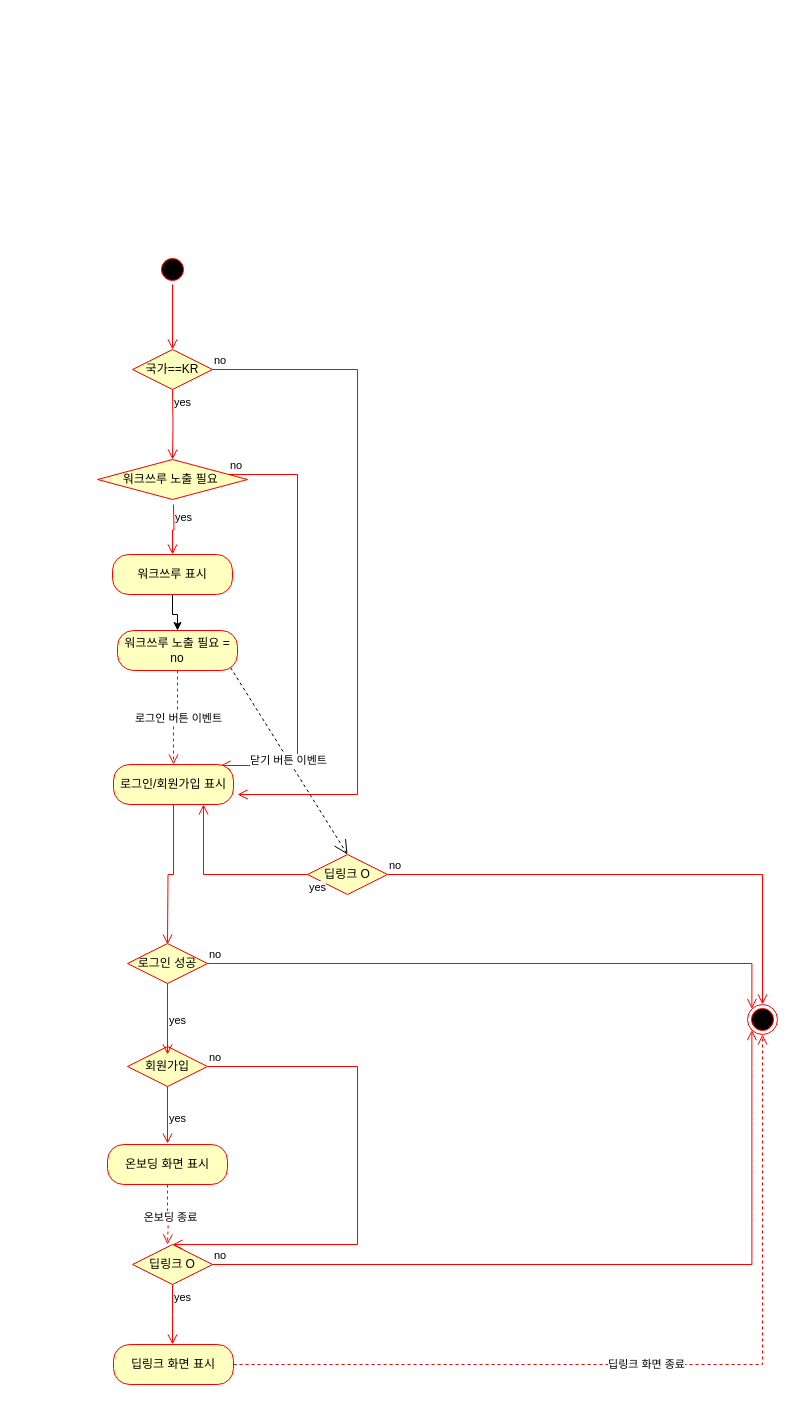
Before: page "로그인" (4 of 4) of 제목 없는 다이어그램.drawio in gookhee/diagrams, a draw.io diagram. Source tidied: cells renumbered, new cells numbered last; positions are measured from the earlier drawing's top-left corner, leaving out a move shared by most shapes. Both pictures are drawn from the tidied source at 100%, with x=0, y=0 at pixel (97, 254).
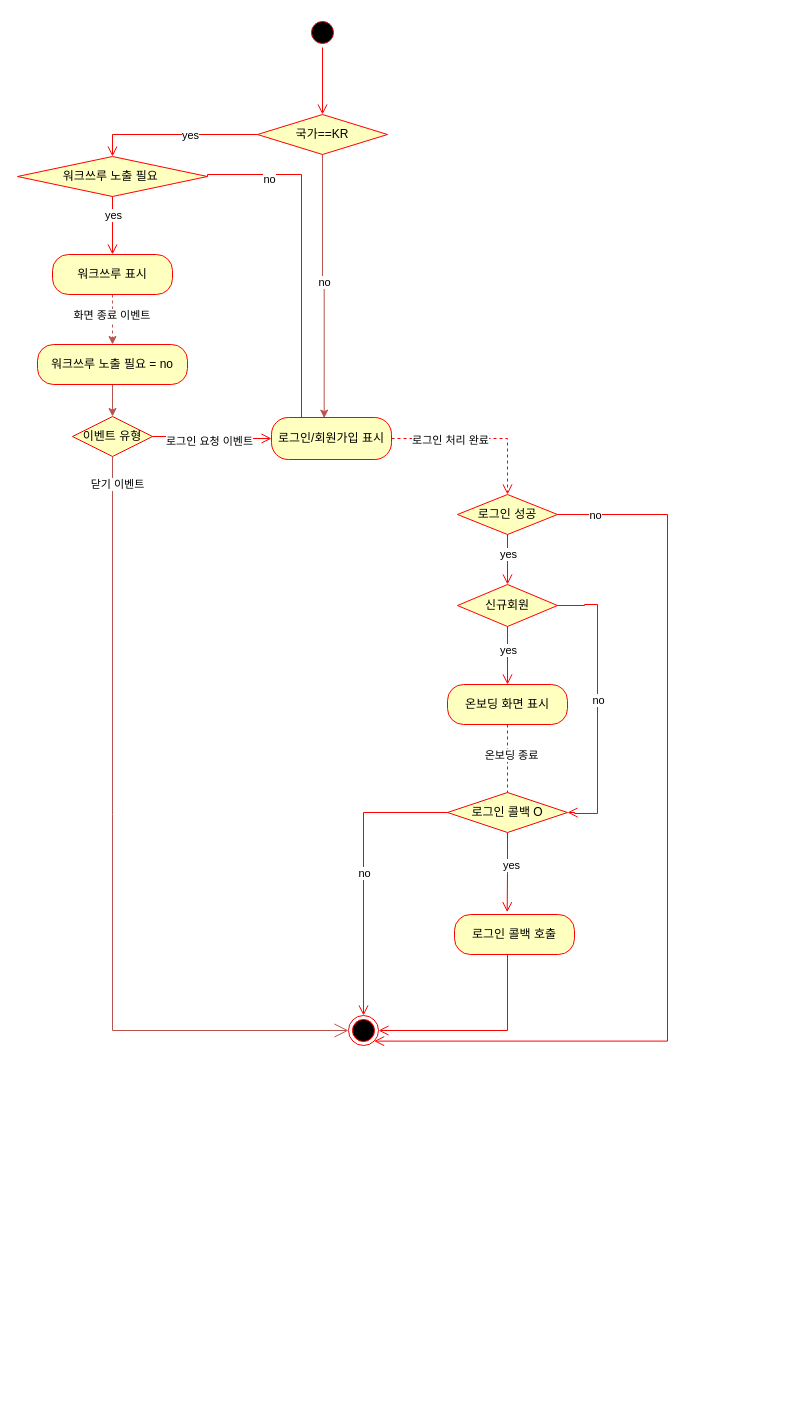
After the change.

Commit message:
제목 없는 다이어그램.drawio 업데이트

Diff of the diagram source:
```diff
@@
     <mxCell id="2" style="ellipse;html=1;shape=startState;fillColor=#000000;strokeColor=#ff0000;" parent="1" vertex="1">
-      <mxGeometry x="60" width="30" height="30" as="geometry" />
+      <mxGeometry x="210" y="-237" width="30" height="30" as="geometry" />
     </mxCell>
@@
+    <mxCell id="37" style="edgeStyle=orthogonalEdgeStyle;rounded=0;jettySize=auto;html=1;fillColor=#f8cecc;strokeColor=#b85450;entryX=0.439;entryY=0.014;entryDx=0;entryDy=0;entryPerimeter=0;" parent="1" edge="1" source="4" target="14">
+      <mxGeometry relative="1" as="geometry" />
+    </mxCell>
+    <mxCell id="38" value="no" style="edgeLabel;html=1;align=center;verticalAlign=middle;" parent="37" vertex="1">
+      <mxGeometry x="-0.04" y="1" relative="1" as="geometry" />
+    </mxCell>
     <mxCell id="4" value="국가==KR" style="rhombus;whiteSpace=wrap;html=1;fontColor=#000000;fillColor=#ffffc0;strokeColor=#ff0000;" parent="1" vertex="1">
-      <mxGeometry x="35" y="95" width="80" height="40" as="geometry" />
+      <mxGeometry x="160" y="-140" width="130" height="40" as="geometry" />
     </mxCell>
-    <mxCell id="5" value="no" style="edgeStyle=orthogonalEdgeStyle;html=1;align=left;verticalAlign=bottom;endArrow=open;endSize=8;strokeColor=#ff0000;rounded=0;" parent="1" edge="1" source="4">
-      <mxGeometry x="-1" relative="1" as="geometry">
-        <mxPoint x="140" y="540" as="targetPoint" />
-        <Array as="points">
-          <mxPoint x="260" y="115" />
-          <mxPoint x="260" y="540" />
-        </Array>
-      </mxGeometry>
-    </mxCell>
-    <mxCell id="6" value="yes" style="edgeStyle=orthogonalEdgeStyle;html=1;align=left;verticalAlign=top;endArrow=open;endSize=8;strokeColor=#ff0000;rounded=0;entryX=0.5;entryY=0;entryDx=0;entryDy=0;" parent="1" edge="1" target="7">
-      <mxGeometry x="-1" relative="1" as="geometry">
-        <mxPoint x="75" y="135" as="sourcePoint" />
-      </mxGeometry>
+    <mxCell id="6" style="edgeStyle=orthogonalEdgeStyle;html=1;align=left;verticalAlign=top;endArrow=open;endSize=8;strokeColor=#ff0000;rounded=0;entryX=0.5;entryY=0;entryDx=0;entryDy=0;exitX=0;exitY=0.5;exitDx=0;exitDy=0;" parent="1" edge="1" source="4" target="7">
+      <mxGeometry x="-0.43" y="-20" relative="1" as="geometry" />
     </mxCell>
+    <mxCell id="39" value="yes" style="edgeLabel;html=1;align=center;verticalAlign=middle;" parent="6" vertex="1">
+      <mxGeometry x="-0.18" relative="1" as="geometry" />
+    </mxCell>
     <mxCell id="7" value="워크쓰루 노출 필요&amp;nbsp;" style="rhombus;whiteSpace=wrap;html=1;fontColor=#000000;fillColor=#ffffc0;strokeColor=#ff0000;" parent="1" vertex="1">
-      <mxGeometry y="205" width="150" height="40" as="geometry" />
+      <mxGeometry x="-80" y="-98" width="190" height="40" as="geometry" />
     </mxCell>
-    <mxCell id="8" value="no" style="edgeStyle=orthogonalEdgeStyle;html=1;align=left;verticalAlign=bottom;endArrow=open;endSize=8;strokeColor=#ff0000;rounded=0;entryX=0.892;entryY=0.025;entryDx=0;entryDy=0;entryPerimeter=0;" parent="1" edge="1" source="7" target="14">
+    <mxCell id="8" style="edgeStyle=orthogonalEdgeStyle;html=1;align=left;verticalAlign=bottom;endArrow=open;endSize=8;strokeColor=#ff0000;rounded=0;exitX=1;exitY=0.5;exitDx=0;exitDy=0;entryX=0.25;entryY=0;entryDx=0;entryDy=0;" parent="1" edge="1" source="7">
       <mxGeometry x="-1" relative="1" as="geometry">
+        <mxPoint x="204" y="173" as="targetPoint" />
         <Array as="points">
-          <mxPoint x="200" y="220" />
-          <mxPoint x="200" y="511" />
+          <mxPoint x="110" y="-80" />
+          <mxPoint x="204" y="-80" />
         </Array>
       </mxGeometry>
     </mxCell>
+    <mxCell id="40" value="no" style="edgeLabel;html=1;align=center;verticalAlign=middle;" parent="8" vertex="1">
+      <mxGeometry x="-0.64" y="-4" relative="1" as="geometry" />
+    </mxCell>
-    <mxCell id="9" value="yes" style="edgeStyle=orthogonalEdgeStyle;html=1;align=left;verticalAlign=top;endArrow=open;endSize=8;strokeColor=#ff0000;rounded=0;entryX=0.5;entryY=0;entryDx=0;entryDy=0;" parent="1" edge="1" target="11">
-      <mxGeometry x="-1" relative="1" as="geometry">
-        <mxPoint x="76" y="250" as="sourcePoint" />
-      </mxGeometry>
+    <mxCell id="9" style="edgeStyle=orthogonalEdgeStyle;html=1;align=left;verticalAlign=top;endArrow=open;endSize=8;strokeColor=#ff0000;rounded=0;entryX=0.5;entryY=0;entryDx=0;entryDy=0;exitX=0.5;exitY=1;exitDx=0;exitDy=0;" parent="1" edge="1" source="7" target="11">
+      <mxGeometry x="-1" relative="1" as="geometry" />
     </mxCell>
+    <mxCell id="41" value="yes" style="edgeLabel;html=1;align=center;verticalAlign=middle;" parent="9" vertex="1">
+      <mxGeometry x="0.58" y="1" relative="1" as="geometry">
+        <mxPoint x="-1" y="-28" as="offset" />
+      </mxGeometry>
+    </mxCell>
-    <mxCell id="10" style="edgeStyle=orthogonalEdgeStyle;rounded=0;jettySize=auto;html=1;entryX=0.5;entryY=0;entryDx=0;entryDy=0;" parent="1" edge="1" source="11" target="33">
+    <mxCell id="10" style="edgeStyle=orthogonalEdgeStyle;rounded=0;jettySize=auto;html=1;entryX=0.5;entryY=0;entryDx=0;entryDy=0;dashed=1;fillColor=#f8cecc;strokeColor=#b85450;" parent="1" edge="1" source="11" target="33">
       <mxGeometry relative="1" as="geometry" />
     </mxCell>
+    <mxCell id="42" value="화면 종료 이벤트&amp;nbsp;" style="edgeLabel;html=1;align=center;verticalAlign=middle;" parent="10" vertex="1">
+      <mxGeometry x="0.02" y="-4" relative="1" as="geometry">
+        <mxPoint x="4" y="-6" as="offset" />
+      </mxGeometry>
+    </mxCell>
     <mxCell id="11" value="워크쓰루 표시" style="rounded=1;whiteSpace=wrap;html=1;arcSize=40;fontColor=#000000;fillColor=#ffffc0;strokeColor=#ff0000;" parent="1" vertex="1">
-      <mxGeometry x="15" y="300" width="120" height="40" as="geometry" />
+      <mxGeometry x="-45" width="120" height="40" as="geometry" />
     </mxCell>
-    <mxCell id="12" style="edgeStyle=orthogonalEdgeStyle;html=1;verticalAlign=bottom;endArrow=open;endSize=8;strokeColor=#ff0000;rounded=0;dashed=1;entryX=0.5;entryY=0;entryDx=0;entryDy=0;exitX=0.5;exitY=1;exitDx=0;exitDy=0;" parent="1" edge="1" source="33" target="14">
-      <mxGeometry relative="1" as="geometry" />
+    <mxCell id="12" style="edgeStyle=orthogonalEdgeStyle;html=1;verticalAlign=bottom;endArrow=open;endSize=8;strokeColor=#ff0000;rounded=0;exitX=1;exitY=0.5;exitDx=0;exitDy=0;entryX=0;entryY=0.5;entryDx=0;entryDy=0;" parent="1" edge="1" source="51" target="14">
+      <mxGeometry relative="1" as="geometry">
+        <Array as="points">
+          <mxPoint x="100" y="182" />
+          <mxPoint x="100" y="186" />
+          <mxPoint x="120" y="186" />
+          <mxPoint x="120" y="184" />
+        </Array>
+      </mxGeometry>
     </mxCell>
-    <mxCell id="13" value="로그인 버튼 이벤트" style="edgeLabel;html=1;align=center;verticalAlign=middle;" parent="12" vertex="1">
+    <mxCell id="13" value="로그인 요청 이벤트" style="edgeLabel;html=1;align=center;verticalAlign=middle;" parent="12" vertex="1">
       <mxGeometry x="-0.04" relative="1" as="geometry" />
     </mxCell>
     <mxCell id="14" value="로그인/회원가입 표시" style="rounded=1;whiteSpace=wrap;html=1;arcSize=40;fontColor=#000000;fillColor=#ffffc0;strokeColor=#ff0000;" parent="1" vertex="1">
-      <mxGeometry x="16" y="510" width="120" height="40" as="geometry" />
+      <mxGeometry x="174" y="163" width="120" height="42" as="geometry" />
     </mxCell>
-    <mxCell id="15" style="edgeStyle=orthogonalEdgeStyle;html=1;verticalAlign=bottom;endArrow=open;endSize=8;strokeColor=#ff0000;rounded=0;" parent="1" edge="1" source="14">
+    <mxCell id="15" style="edgeStyle=orthogonalEdgeStyle;html=1;verticalAlign=bottom;endArrow=open;endSize=8;strokeColor=#ff0000;rounded=0;dashed=1;exitX=1;exitY=0.5;exitDx=0;exitDy=0;entryX=0.5;entryY=0;entryDx=0;entryDy=0;" parent="1" edge="1" source="14" target="25">
       <mxGeometry relative="1" as="geometry">
-        <mxPoint x="70" y="690" as="targetPoint" />
+        <Array as="points">
+          <mxPoint x="410" y="184" />
+        </Array>
       </mxGeometry>
     </mxCell>
+    <mxCell id="43" value="로그인 처리 완료" style="edgeLabel;html=1;align=center;verticalAlign=middle;" parent="15" vertex="1">
+      <mxGeometry x="-0.32" y="-1" relative="1" as="geometry" />
+    </mxCell>
-    <mxCell id="16" value="딥링크 화면 표시" style="rounded=1;whiteSpace=wrap;html=1;arcSize=40;fontColor=#000000;fillColor=#ffffc0;strokeColor=#ff0000;" parent="1" vertex="1">
-      <mxGeometry x="16" y="1090" width="120" height="40" as="geometry" />
+    <mxCell id="16" value="로그인 콜백 호출" style="rounded=1;whiteSpace=wrap;html=1;arcSize=40;fontColor=#000000;fillColor=#ffffc0;strokeColor=#ff0000;" parent="1" vertex="1">
+      <mxGeometry x="357" y="660" width="120" height="40" as="geometry" />
     </mxCell>
-    <mxCell id="17" style="edgeStyle=orthogonalEdgeStyle;html=1;verticalAlign=bottom;endArrow=open;endSize=8;strokeColor=#ff0000;rounded=0;dashed=1;entryX=0.5;entryY=1;entryDx=0;entryDy=0;" parent="1" edge="1" source="16" target="31">
-      <mxGeometry relative="1" as="geometry" />
+    <mxCell id="17" style="edgeStyle=orthogonalEdgeStyle;html=1;verticalAlign=bottom;endArrow=open;endSize=8;strokeColor=#ff0000;rounded=0;entryX=1;entryY=0.5;entryDx=0;entryDy=0;" parent="1" edge="1" target="31">
+      <mxGeometry relative="1" as="geometry">
+        <mxPoint x="410" y="700" as="sourcePoint" />
+        <Array as="points">
+          <mxPoint x="410" y="776" />
+        </Array>
+      </mxGeometry>
     </mxCell>
-    <mxCell id="18" value="딥링크 화면 종료" style="edgeLabel;html=1;align=center;verticalAlign=middle;" parent="17" vertex="1">
-      <mxGeometry x="-0.04" y="1" relative="1" as="geometry" />
-    </mxCell>
     <mxCell id="19" value="온보딩 화면 표시" style="rounded=1;whiteSpace=wrap;html=1;arcSize=40;fontColor=#000000;fillColor=#ffffc0;strokeColor=#ff0000;" parent="1" vertex="1">
-      <mxGeometry x="10" y="890" width="120" height="40" as="geometry" />
+      <mxGeometry x="350" y="430" width="120" height="40" as="geometry" />
     </mxCell>
-    <mxCell id="20" style="edgeStyle=orthogonalEdgeStyle;html=1;verticalAlign=bottom;endArrow=open;endSize=8;strokeColor=#ff0000;rounded=0;dashed=1;" parent="1" edge="1" source="19">
+    <mxCell id="20" style="edgeStyle=orthogonalEdgeStyle;html=1;verticalAlign=bottom;endArrow=open;endSize=8;strokeColor=#ff0000;rounded=0;dashed=1;entryX=0.5;entryY=0;entryDx=0;entryDy=0;exitX=0.5;exitY=1;exitDx=0;exitDy=0;" parent="1" edge="1" source="19" target="34">
       <mxGeometry relative="1" as="geometry">
-        <mxPoint x="70" y="990" as="targetPoint" />
         <Array as="points">
-          <mxPoint x="70" y="960" />
-          <mxPoint x="71" y="960" />
+          <mxPoint x="410" y="540" />
+          <mxPoint x="410" y="540" />
         </Array>
       </mxGeometry>
     </mxCell>
     <mxCell id="21" value="온보딩 종료" style="edgeLabel;html=1;align=center;verticalAlign=middle;" parent="20" vertex="1">
-      <mxGeometry x="0.07" y="2" relative="1" as="geometry" />
+      <mxGeometry x="-0.16" y="3" relative="1" as="geometry" />
     </mxCell>
-    <mxCell id="22" value="회원가입" style="rhombus;whiteSpace=wrap;html=1;fontColor=#000000;fillColor=#ffffc0;strokeColor=#ff0000;" parent="1" vertex="1">
-      <mxGeometry x="30" y="792" width="80" height="40" as="geometry" />
+    <mxCell id="22" value="신규회원" style="rhombus;whiteSpace=wrap;html=1;fontColor=#000000;fillColor=#ffffc0;strokeColor=#ff0000;" parent="1" vertex="1">
+      <mxGeometry x="360" y="330" width="100" height="42" as="geometry" />
     </mxCell>
-    <mxCell id="23" value="no" style="edgeStyle=orthogonalEdgeStyle;html=1;align=left;verticalAlign=bottom;endArrow=open;endSize=8;strokeColor=#ff0000;rounded=0;" parent="1" edge="1" source="22" target="34">
+    <mxCell id="23" style="edgeStyle=orthogonalEdgeStyle;html=1;align=left;verticalAlign=bottom;endArrow=open;endSize=8;strokeColor=#ff0000;rounded=0;entryX=1;entryY=0.5;entryDx=0;entryDy=0;exitX=1;exitY=0.5;exitDx=0;exitDy=0;" parent="1" edge="1" source="22" target="34">
       <mxGeometry x="-1" relative="1" as="geometry">
         <Array as="points">
-          <mxPoint x="260" y="812" />
-          <mxPoint x="260" y="990" />
+          <mxPoint x="487" y="351" />
+          <mxPoint x="500" y="350" />
+          <mxPoint x="500" y="559" />
+          <mxPoint x="477" y="559" />
+          <mxPoint x="477" y="560" />
         </Array>
       </mxGeometry>
     </mxCell>
+    <mxCell id="44" value="no" style="edgeLabel;html=1;align=center;verticalAlign=middle;" parent="23" vertex="1">
+      <mxGeometry x="-0.03" relative="1" as="geometry" />
+    </mxCell>
-    <mxCell id="24" value="yes" style="edgeStyle=orthogonalEdgeStyle;html=1;align=left;verticalAlign=top;endArrow=open;endSize=8;strokeColor=#ff0000;rounded=0;" parent="1" edge="1" source="22">
-      <mxGeometry x="-0.34" relative="1" as="geometry">
-        <mxPoint x="70" y="889" as="targetPoint" />
-      </mxGeometry>
+    <mxCell id="24" style="edgeStyle=orthogonalEdgeStyle;html=1;align=left;verticalAlign=top;endArrow=open;endSize=8;strokeColor=#ff0000;rounded=0;entryX=0.5;entryY=0;entryDx=0;entryDy=0;" parent="1" edge="1" source="22" target="19">
+      <mxGeometry x="-0.34" relative="1" as="geometry" />
     </mxCell>
+    <mxCell id="45" value="yes" style="edgeLabel;html=1;align=center;verticalAlign=middle;" parent="24" vertex="1">
+      <mxGeometry x="-0.22" relative="1" as="geometry" />
+    </mxCell>
     <mxCell id="25" value="로그인 성공" style="rhombus;whiteSpace=wrap;html=1;fontColor=#000000;fillColor=#ffffc0;strokeColor=#ff0000;" parent="1" vertex="1">
-      <mxGeometry x="30" y="689" width="80" height="40" as="geometry" />
+      <mxGeometry x="360" y="240" width="100" height="40" as="geometry" />
     </mxCell>
-    <mxCell id="26" value="no" style="edgeStyle=orthogonalEdgeStyle;html=1;align=left;verticalAlign=bottom;endArrow=open;endSize=8;strokeColor=#ff0000;rounded=0;entryX=0;entryY=0;entryDx=0;entryDy=0;" parent="1" edge="1" source="25" target="31">
-      <mxGeometry x="-1" relative="1" as="geometry" />
+    <mxCell id="26" style="edgeStyle=orthogonalEdgeStyle;html=1;align=left;verticalAlign=bottom;endArrow=open;endSize=8;strokeColor=#ff0000;rounded=0;exitX=1;exitY=0.5;exitDx=0;exitDy=0;entryX=1;entryY=1;entryDx=0;entryDy=0;" parent="1" edge="1" source="25" target="31">
+      <mxGeometry x="-1" relative="1" as="geometry">
+        <Array as="points">
+          <mxPoint x="570" y="260" />
+          <mxPoint x="570" y="787" />
+          <mxPoint x="277" y="787" />
+        </Array>
+      </mxGeometry>
     </mxCell>
+    <mxCell id="46" value="no" style="edgeLabel;html=1;align=center;verticalAlign=middle;" parent="26" vertex="1">
+      <mxGeometry x="-0.92" relative="1" as="geometry" />
+    </mxCell>
-    <mxCell id="27" value="yes" style="edgeStyle=orthogonalEdgeStyle;html=1;align=left;verticalAlign=top;endArrow=open;endSize=8;strokeColor=#ff0000;rounded=0;entryX=0.5;entryY=0.2;entryDx=0;entryDy=0;entryPerimeter=0;" parent="1" edge="1" source="25" target="22">
-      <mxGeometry x="-0.31" relative="1" as="geometry" />
+    <mxCell id="27" style="edgeStyle=orthogonalEdgeStyle;html=1;align=left;verticalAlign=top;endArrow=open;endSize=8;strokeColor=#ff0000;rounded=0;entryX=0.5;entryY=0;entryDx=0;entryDy=0;" parent="1" edge="1" source="25" target="22">
+      <mxGeometry x="-0.32" relative="1" as="geometry" />
     </mxCell>
-    <mxCell id="28" value="딥링크 O" style="rhombus;whiteSpace=wrap;html=1;fontColor=#000000;fillColor=#ffffc0;strokeColor=#ff0000;" parent="1" vertex="1">
-      <mxGeometry x="210" y="600" width="80" height="40" as="geometry" />
-    </mxCell>
-    <mxCell id="29" value="no" style="edgeStyle=orthogonalEdgeStyle;html=1;align=left;verticalAlign=bottom;endArrow=open;endSize=8;strokeColor=#ff0000;rounded=0;entryX=0.5;entryY=0;entryDx=0;entryDy=0;" parent="1" edge="1" source="28" target="31">
-      <mxGeometry x="-1" relative="1" as="geometry" />
-    </mxCell>
-    <mxCell id="30" value="yes" style="edgeStyle=orthogonalEdgeStyle;html=1;align=left;verticalAlign=top;endArrow=open;endSize=8;strokeColor=#ff0000;rounded=0;entryX=0.75;entryY=1;entryDx=0;entryDy=0;" parent="1" edge="1" source="28" target="14">
-      <mxGeometry x="-1" relative="1" as="geometry" />
-    </mxCell>
+    <mxCell id="47" value="yes" style="edgeLabel;html=1;align=center;verticalAlign=middle;" parent="27" vertex="1">
+      <mxGeometry x="-0.26" relative="1" as="geometry" />
+    </mxCell>
     <mxCell id="31" style="ellipse;html=1;shape=endState;fillColor=#000000;strokeColor=#ff0000;" parent="1" vertex="1">
-      <mxGeometry x="650" y="750" width="30" height="30" as="geometry" />
+      <mxGeometry x="251" y="761" width="30" height="30" as="geometry" />
     </mxCell>
-    <mxCell id="32" value="닫기 버튼 이벤트" style="endArrow=open;endSize=12;dashed=1;html=1;rounded=0;entryX=0.5;entryY=0;entryDx=0;entryDy=0;exitX=0.942;exitY=0.925;exitDx=0;exitDy=0;exitPerimeter=0;" parent="1" edge="1" source="33" target="28">
-      <mxGeometry relative="1" as="geometry" />
+    <mxCell id="32" value="닫기 이벤트" style="endArrow=open;endSize=12;html=1;rounded=0;exitX=0.5;exitY=1;exitDx=0;exitDy=0;entryX=0;entryY=0.5;entryDx=0;entryDy=0;fillColor=#f8cecc;strokeColor=#b85450;" parent="1" edge="1" source="51" target="31">
+      <mxGeometry x="-0.93" y="5" relative="1" as="geometry">
+        <Array as="points">
+          <mxPoint x="15" y="560" />
+          <mxPoint x="15" y="776" />
+        </Array>
+      </mxGeometry>
     </mxCell>
+    <mxCell id="48" style="edgeStyle=orthogonalEdgeStyle;rounded=0;jettySize=auto;html=1;entryX=0.5;entryY=0;entryDx=0;entryDy=0;fillColor=#f8cecc;strokeColor=#b85450;" parent="1" edge="1" source="33" target="51">
+      <mxGeometry relative="1" as="geometry" />
+    </mxCell>
     <mxCell id="33" value="워크쓰루 노출 필요 = no" style="rounded=1;whiteSpace=wrap;html=1;arcSize=40;fontColor=#000000;fillColor=#ffffc0;strokeColor=#ff0000;" parent="1" vertex="1">
-      <mxGeometry x="20" y="376" width="120" height="40" as="geometry" />
+      <mxGeometry x="-60" y="90" width="150" height="40" as="geometry" />
     </mxCell>
-    <mxCell id="34" value="딥링크 O" style="rhombus;whiteSpace=wrap;html=1;fontColor=#000000;fillColor=#ffffc0;strokeColor=#ff0000;" parent="1" vertex="1">
-      <mxGeometry x="35" y="990" width="80" height="40" as="geometry" />
+    <mxCell id="34" value="로그인 콜백 O" style="rhombus;whiteSpace=wrap;html=1;fontColor=#000000;fillColor=#ffffc0;strokeColor=#ff0000;" parent="1" vertex="1">
+      <mxGeometry x="350" y="538" width="120" height="40" as="geometry" />
     </mxCell>
-    <mxCell id="35" value="no" style="edgeStyle=orthogonalEdgeStyle;html=1;align=left;verticalAlign=bottom;endArrow=open;endSize=8;strokeColor=#ff0000;rounded=0;entryX=0;entryY=1;entryDx=0;entryDy=0;" parent="1" edge="1" source="34" target="31">
-      <mxGeometry x="-1" relative="1" as="geometry" />
+    <mxCell id="35" style="edgeStyle=orthogonalEdgeStyle;html=1;align=left;verticalAlign=bottom;endArrow=open;endSize=8;strokeColor=#ff0000;rounded=0;exitX=0;exitY=0.5;exitDx=0;exitDy=0;entryX=0.5;entryY=0;entryDx=0;entryDy=0;" parent="1" edge="1" source="34" target="31">
+      <mxGeometry x="-0.61" relative="1" as="geometry">
+        <Array as="points">
+          <mxPoint x="266" y="558" />
+        </Array>
+      </mxGeometry>
     </mxCell>
+    <mxCell id="49" value="no" style="edgeLabel;html=1;align=center;verticalAlign=middle;" parent="35" vertex="1">
+      <mxGeometry x="0.19" y="1" relative="1" as="geometry">
+        <mxPoint x="-1" y="-27" as="offset" />
+      </mxGeometry>
+    </mxCell>
-    <mxCell id="36" value="yes" style="edgeStyle=orthogonalEdgeStyle;html=1;align=left;verticalAlign=top;endArrow=open;endSize=8;strokeColor=#ff0000;rounded=0;" parent="1" edge="1" source="34">
-      <mxGeometry x="-1" relative="1" as="geometry">
-        <mxPoint x="75" y="1090" as="targetPoint" />
-      </mxGeometry>
+    <mxCell id="36" style="edgeStyle=orthogonalEdgeStyle;html=1;align=left;verticalAlign=top;endArrow=open;endSize=8;strokeColor=#ff0000;rounded=0;entryX=0.439;entryY=-0.058;entryDx=0;entryDy=0;entryPerimeter=0;" parent="1" edge="1" source="34" target="16">
+      <mxGeometry x="-1" relative="1" as="geometry" />
     </mxCell>
+    <mxCell id="50" value="yes" style="edgeLabel;html=1;align=center;verticalAlign=middle;" parent="36" vertex="1">
+      <mxGeometry x="-0.21" y="3" relative="1" as="geometry" />
+    </mxCell>
+    <mxCell id="51" value="이벤트 유형" style="rhombus;whiteSpace=wrap;html=1;fontColor=#000000;fillColor=#ffffc0;strokeColor=#ff0000;" parent="1" vertex="1">
+      <mxGeometry x="-25" y="162" width="80" height="40" as="geometry" />
+    </mxCell>
```
